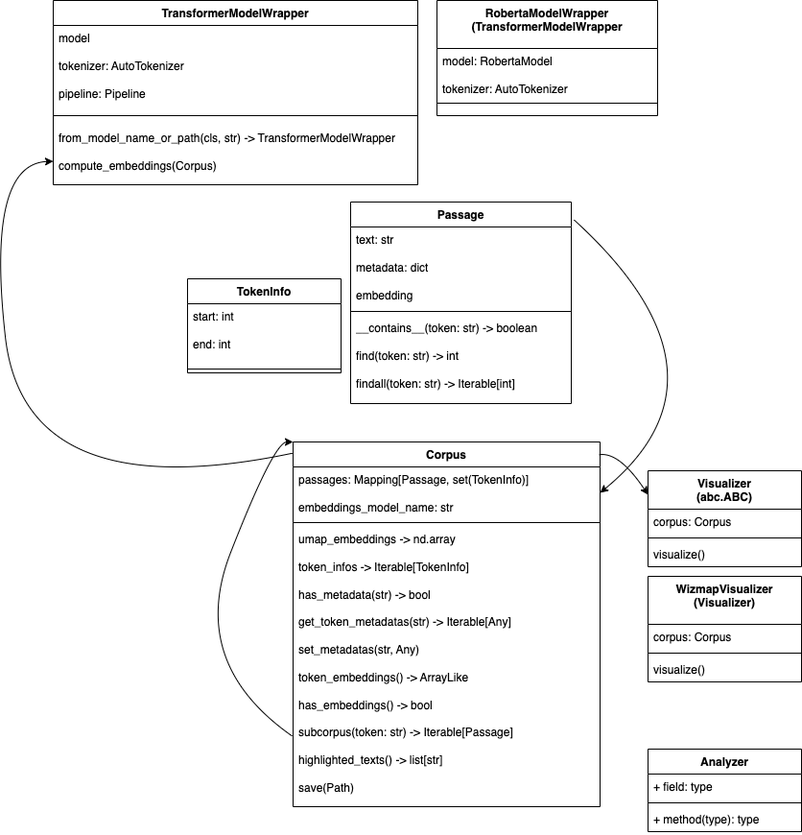
Earlier version of the draw.io export docs/Architecture.png (Semantics-of-Sustainability/tempo-embeddings). Source tidied: cells renumbered, new cells last; positions are measured from the earlier drawing's top-left corner, leaving out a move shared by most shapes.
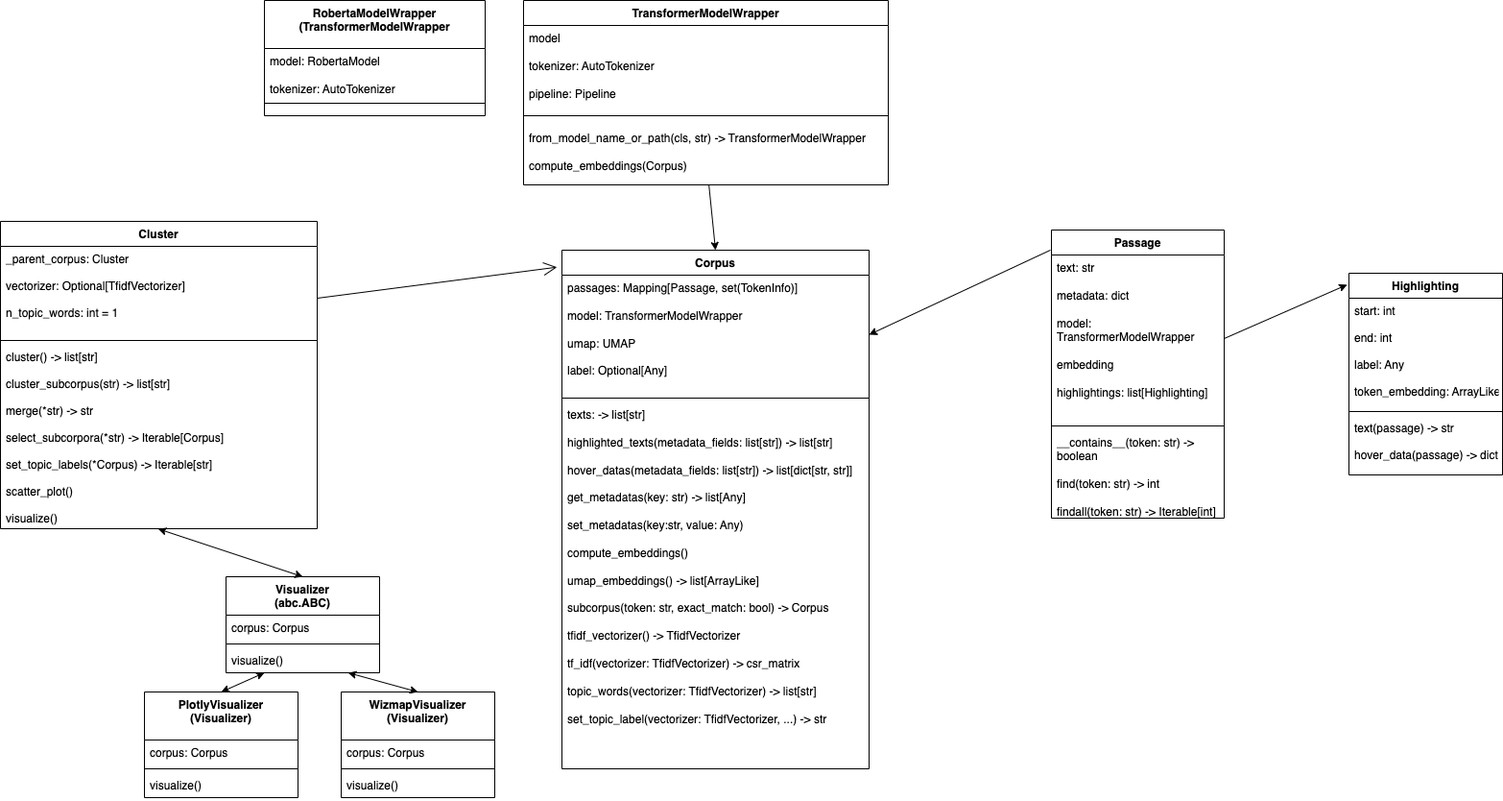
Above is the later version.

Commit message:
Update architecture diagram.

The edit, as a diff of the source:
```diff
@@ -3,39 +3,31 @@
     <mxCell id="0" />
     <mxCell id="1" parent="0" />
     <mxCell id="2" value="Corpus" style="swimlane;fontStyle=1;align=center;verticalAlign=top;horizontal=1;startSize=26;whiteSpace=wrap;html=1;" parent="1" vertex="1">
-      <mxGeometry x="320" y="460" width="320" height="380" as="geometry" />
+      <mxGeometry x="520" y="200" width="320" height="540" as="geometry" />
     </mxCell>
-    <mxCell id="3" value="passages: Mapping[Passage, set(TokenInfo)]&lt;br&gt;&lt;br&gt;embeddings_model_name: str" style="text;strokeColor=none;fillColor=none;align=left;verticalAlign=top;spacingLeft=4;spacingRight=4;overflow=hidden;points=[[0,0.5],[1,0.5]];portConstraint=eastwest;whiteSpace=wrap;html=1;" parent="2" vertex="1">
-      <mxGeometry y="26" width="320" height="54" as="geometry" />
+    <mxCell id="3" value="passages: Mapping[Passage, set(TokenInfo)]&lt;br&gt;&lt;br&gt;model: TransformerModelWrapper&lt;br&gt;&lt;br&gt;umap: UMAP&lt;br&gt;&lt;br&gt;label: Optional[Any]" style="text;strokeColor=none;fillColor=none;align=left;verticalAlign=top;spacingLeft=4;spacingRight=4;overflow=hidden;points=[[0,0.5],[1,0.5]];portConstraint=eastwest;whiteSpace=wrap;html=1;" parent="2" vertex="1">
+      <mxGeometry y="26" width="320" height="124" as="geometry" />
     </mxCell>
     <mxCell id="4" style="line;strokeWidth=1;fillColor=none;align=left;verticalAlign=middle;spacingTop=-1;spacingLeft=3;spacingRight=3;labelPosition=right;strokeColor=inherit;" parent="2" vertex="1">
-      <mxGeometry y="80" width="320" height="8" as="geometry" />
+      <mxGeometry y="150" width="320" height="8" as="geometry" />
     </mxCell>
-    <mxCell id="5" value="&lt;div&gt;umap_embeddings -&amp;gt; nd.array&lt;/div&gt;&lt;div&gt;&lt;br&gt;&lt;/div&gt;&lt;div&gt;token_infos -&amp;gt; Iterable[TokenInfo]&lt;/div&gt;&lt;div&gt;&lt;br&gt;&lt;/div&gt;&lt;div&gt;&lt;span style=&quot;background-color: initial;&quot;&gt;has_metadata(str) -&amp;gt; bool&lt;/span&gt;&lt;br&gt;&lt;/div&gt;&lt;div&gt;&lt;br&gt;&lt;/div&gt;&lt;div&gt;get_token_metadatas(str) -&amp;gt; Iterable[Any]&lt;/div&gt;&lt;div&gt;&lt;br&gt;&lt;/div&gt;&lt;div&gt;set_metadatas(str, Any)&lt;/div&gt;&lt;div&gt;&lt;br&gt;&lt;/div&gt;&lt;div&gt;token_embeddings() -&amp;gt; ArrayLike&lt;/div&gt;&lt;div&gt;&lt;br&gt;&lt;/div&gt;&lt;div&gt;has_embeddings() -&amp;gt; bool&lt;/div&gt;&lt;div&gt;&lt;br&gt;&lt;/div&gt;&lt;div&gt;subcorpus(token: str) -&amp;gt; Iterable[Passage]&lt;/div&gt;&lt;div&gt;&lt;br&gt;&lt;/div&gt;&lt;div&gt;highlighted_texts() -&amp;gt; list[str]&lt;/div&gt;&lt;div&gt;&lt;br&gt;&lt;/div&gt;&lt;div&gt;save(Path)&lt;/div&gt;&lt;div&gt;&lt;br&gt;&lt;/div&gt;&lt;div&gt;&lt;br&gt;&lt;/div&gt;" style="text;strokeColor=none;fillColor=none;align=left;verticalAlign=top;spacingLeft=4;spacingRight=4;overflow=hidden;points=[[0,0.5],[1,0.5]];portConstraint=eastwest;whiteSpace=wrap;html=1;" parent="2" vertex="1">
-      <mxGeometry y="88" width="320" height="292" as="geometry" />
+    <mxCell id="5" value="&lt;div&gt;texts: -&amp;gt; list[str]&lt;/div&gt;&lt;div&gt;&lt;br&gt;&lt;/div&gt;&lt;div&gt;highlighted_texts(metadata_fields: list[str]) -&amp;gt; list[str]&lt;/div&gt;&lt;div&gt;&lt;br&gt;&lt;/div&gt;&lt;div&gt;hover_datas(metadata_fields: list[str]) -&amp;gt; list[dict[str, str]]&lt;/div&gt;&lt;div&gt;&lt;br&gt;&lt;/div&gt;&lt;div&gt;get_metadatas(key: str) -&amp;gt; list[Any]&lt;/div&gt;&lt;div&gt;&lt;br&gt;&lt;/div&gt;&lt;div&gt;set_metadatas(key:str, value: Any)&lt;/div&gt;&lt;div&gt;&lt;br&gt;&lt;/div&gt;&lt;div&gt;compute_embeddings()&lt;/div&gt;&lt;div&gt;&lt;br&gt;&lt;/div&gt;&lt;div&gt;umap_embeddings() -&amp;gt; list[ArrayLike]&lt;/div&gt;&lt;div&gt;&lt;br&gt;&lt;/div&gt;&lt;div&gt;subcorpus(token: str, exact_match: bool) -&amp;gt; Corpus&lt;/div&gt;&lt;div&gt;&lt;br&gt;&lt;/div&gt;&lt;div&gt;tfidf_vectorizer() -&amp;gt; TfidfVectorizer&lt;/div&gt;&lt;div&gt;&lt;br&gt;&lt;/div&gt;&lt;div&gt;tf_idf(vectorizer: TfidfVectorizer&lt;span style=&quot;background-color: initial;&quot;&gt;) -&amp;gt; csr_matrix&lt;/span&gt;&lt;/div&gt;&lt;div&gt;&lt;br&gt;&lt;/div&gt;&lt;div&gt;topic_words(vectorizer: TfidfVectorizer) -&amp;gt; list[str]&lt;/div&gt;&lt;div&gt;&lt;br&gt;&lt;/div&gt;&lt;div&gt;set_topic_label(vectorizer: TfidfVectorizer, ...) -&amp;gt; str&lt;/div&gt;&lt;div&gt;&lt;br&gt;&lt;/div&gt;" style="text;strokeColor=none;fillColor=none;align=left;verticalAlign=top;spacingLeft=4;spacingRight=4;overflow=hidden;points=[[0,0.5],[1,0.5]];portConstraint=eastwest;whiteSpace=wrap;html=1;" parent="2" vertex="1">
+      <mxGeometry y="158" width="320" height="382" as="geometry" />
     </mxCell>
-    <mxCell id="6" style="curved=1;endArrow=classic;html=1;entryX=0;entryY=0;entryDx=0;entryDy=0;exitX=-0.003;exitY=0.748;exitDx=0;exitDy=0;exitPerimeter=0;" parent="2" edge="1" source="5" target="2">
-      <mxGeometry relative="1" as="geometry">
-        <Array as="points">
-          <mxPoint x="-110" y="230" />
-          <mxPoint x="-20" />
-        </Array>
-      </mxGeometry>
-    </mxCell>
     <mxCell id="7" value="Passage" style="swimlane;fontStyle=1;align=center;verticalAlign=top;horizontal=1;startSize=26;whiteSpace=wrap;html=1;" parent="1" vertex="1">
-      <mxGeometry x="380" y="210" width="230" height="210" as="geometry" />
+      <mxGeometry x="1030" y="179" width="180" height="300" as="geometry" />
     </mxCell>
-    <mxCell id="8" value="&lt;div&gt;text: str&lt;/div&gt;&lt;div&gt;&lt;br&gt;&lt;/div&gt;&lt;div&gt;metadata: dict&lt;/div&gt;&lt;div&gt;&lt;br&gt;&lt;/div&gt;&lt;div&gt;embedding&lt;br&gt;&lt;/div&gt;" style="text;strokeColor=none;fillColor=none;align=left;verticalAlign=top;spacingLeft=4;spacingRight=4;overflow=hidden;points=[[0,0.5],[1,0.5]];portConstraint=eastwest;whiteSpace=wrap;html=1;" parent="7" vertex="1">
-      <mxGeometry y="26" width="230" height="84" as="geometry" />
+    <mxCell id="8" value="&lt;div&gt;text: str&lt;/div&gt;&lt;div&gt;&lt;br&gt;&lt;/div&gt;&lt;div&gt;metadata: dict&lt;/div&gt;&lt;div&gt;&lt;br&gt;&lt;/div&gt;&lt;div&gt;model:&amp;nbsp;&lt;/div&gt;&lt;span style=&quot;border-color: var(--border-color); text-align: center;&quot;&gt;TransformerModelWrapper&lt;/span&gt;&lt;div style=&quot;border-color: var(--border-color);&quot;&gt;&lt;br&gt;&lt;/div&gt;&lt;div&gt;embedding&lt;br&gt;&lt;/div&gt;&lt;div&gt;&lt;br&gt;&lt;/div&gt;&lt;div&gt;highlightings: list[Highlighting]&lt;/div&gt;" style="text;strokeColor=none;fillColor=none;align=left;verticalAlign=top;spacingLeft=4;spacingRight=4;overflow=hidden;points=[[0,0.5],[1,0.5]];portConstraint=eastwest;whiteSpace=wrap;html=1;" parent="7" vertex="1">
+      <mxGeometry y="26" width="180" height="174" as="geometry" />
     </mxCell>
     <mxCell id="9" style="line;strokeWidth=1;fillColor=none;align=left;verticalAlign=middle;spacingTop=-1;spacingLeft=3;spacingRight=3;labelPosition=right;strokeColor=inherit;" parent="7" vertex="1">
-      <mxGeometry y="110" width="230" height="8" as="geometry" />
+      <mxGeometry y="200" width="180" height="8" as="geometry" />
     </mxCell>
     <mxCell id="10" value="&lt;div&gt;__contains__(token: str) -&amp;gt; boolean&lt;/div&gt;&lt;div&gt;&lt;br&gt;&lt;/div&gt;&lt;div&gt;find(token: str) -&amp;gt; int&lt;/div&gt;&lt;div&gt;&lt;br&gt;&lt;/div&gt;&lt;div&gt;findall(token: str) -&amp;gt; Iterable[int]&lt;/div&gt;&lt;div&gt;&lt;br&gt;&lt;/div&gt;" style="text;strokeColor=none;fillColor=none;align=left;verticalAlign=top;spacingLeft=4;spacingRight=4;overflow=hidden;whiteSpace=wrap;html=1;" parent="7" vertex="1">
-      <mxGeometry y="118" width="230" height="92" as="geometry" />
+      <mxGeometry y="208" width="180" height="92" as="geometry" />
     </mxCell>
     <mxCell id="11" value="TransformerModelWrapper" style="swimlane;fontStyle=1;align=center;verticalAlign=top;horizontal=1;startSize=26;whiteSpace=wrap;html=1;" parent="1" vertex="1">
-      <mxGeometry x="70" width="380" height="192" as="geometry" />
+      <mxGeometry x="480" y="-60" width="380" height="192" as="geometry" />
     </mxCell>
     <mxCell id="12" value="&lt;div&gt;model&lt;br&gt;&lt;br&gt;&lt;/div&gt;&lt;div&gt;tokenizer: AutoTokenizer&lt;/div&gt;&lt;div&gt;&lt;br&gt;&lt;/div&gt;&lt;div&gt;pipeline: Pipeline&lt;/div&gt;" style="text;strokeColor=none;fillColor=none;align=left;verticalAlign=top;spacingLeft=4;spacingRight=4;overflow=hidden;whiteSpace=wrap;html=1;" parent="11" vertex="1">
       <mxGeometry y="26" width="380" height="84" as="geometry" />
@@ -47,7 +39,7 @@
       <mxGeometry y="130" width="380" height="62" as="geometry" />
     </mxCell>
     <mxCell id="15" value="RobertaModelWrapper&lt;br&gt;(TransformerModelWrapper" style="swimlane;fontStyle=1;align=center;verticalAlign=top;horizontal=1;startSize=50;whiteSpace=wrap;html=1;" parent="1" vertex="1">
-      <mxGeometry x="470" width="230" height="120" as="geometry" />
+      <mxGeometry x="210" y="-60" width="230" height="120" as="geometry" />
     </mxCell>
     <mxCell id="16" value="&lt;div&gt;model: RobertaModel&lt;/div&gt;&lt;div&gt;&lt;br&gt;&lt;/div&gt;&lt;div&gt;tokenizer: AutoTokenizer&lt;br&gt;&lt;/div&gt;" style="text;strokeColor=none;fillColor=none;align=left;verticalAlign=top;spacingLeft=4;spacingRight=4;overflow=hidden;whiteSpace=wrap;html=1;" parent="15" vertex="1">
       <mxGeometry y="50" width="230" height="44" as="geometry" />
@@ -55,44 +47,14 @@
     <mxCell id="17" style="line;strokeWidth=1;fillColor=none;align=left;verticalAlign=middle;spacingTop=-1;spacingLeft=3;spacingRight=3;labelPosition=right;strokeColor=inherit;" parent="15" vertex="1">
       <mxGeometry y="94" width="230" height="26" as="geometry" />
     </mxCell>
-    <mxCell id="18" style="curved=1;endArrow=classic;html=1;rounded=0;entryX=1;entryY=0.5;entryDx=0;entryDy=0;exitX=1.013;exitY=0.089;exitDx=0;exitDy=0;exitPerimeter=0;" parent="1" edge="1" source="7" target="3">
-      <mxGeometry relative="1" as="geometry">
-        <Array as="points">
-          <mxPoint x="790" y="390" />
-        </Array>
-      </mxGeometry>
+    <mxCell id="18" style="curved=1;endArrow=classic;html=1;rounded=0;entryX=1;entryY=0.5;entryDx=0;entryDy=0;exitX=-0.006;exitY=-0.029;exitDx=0;exitDy=0;exitPerimeter=0;" parent="1" edge="1" source="8" target="3">
+      <mxGeometry relative="1" as="geometry" />
     </mxCell>
-    <mxCell id="19" value="Analyzer" style="swimlane;fontStyle=1;align=center;verticalAlign=top;horizontal=1;startSize=26;whiteSpace=wrap;html=1;" parent="1" vertex="1">
-      <mxGeometry x="690" y="780" width="160" height="86" as="geometry" />
-    </mxCell>
-    <mxCell id="20" value="+ field: type" style="text;strokeColor=none;fillColor=none;align=left;verticalAlign=top;spacingLeft=4;spacingRight=4;overflow=hidden;whiteSpace=wrap;html=1;" parent="19" vertex="1">
-      <mxGeometry y="26" width="160" height="26" as="geometry" />
-    </mxCell>
-    <mxCell id="21" style="line;strokeWidth=1;fillColor=none;align=left;verticalAlign=middle;spacingTop=-1;spacingLeft=3;spacingRight=3;labelPosition=right;strokeColor=inherit;" parent="19" vertex="1">
-      <mxGeometry y="52" width="160" height="8" as="geometry" />
-    </mxCell>
-    <mxCell id="22" value="+ method(type): type" style="text;strokeColor=none;fillColor=none;align=left;verticalAlign=top;spacingLeft=4;spacingRight=4;overflow=hidden;whiteSpace=wrap;html=1;" parent="19" vertex="1">
-      <mxGeometry y="60" width="160" height="26" as="geometry" />
-    </mxCell>
-    <mxCell id="23" value="TokenInfo" style="swimlane;fontStyle=1;align=center;verticalAlign=top;horizontal=1;startSize=26;whiteSpace=wrap;html=1;" parent="1" vertex="1">
-      <mxGeometry x="210" y="290" width="160" height="98" as="geometry" />
-    </mxCell>
-    <mxCell id="24" value="&lt;div&gt;start: int&lt;/div&gt;&lt;div&gt;&lt;br&gt;&lt;/div&gt;&lt;div&gt;end: int&lt;br&gt;&lt;/div&gt;" style="text;strokeColor=none;fillColor=none;align=left;verticalAlign=top;spacingLeft=4;spacingRight=4;overflow=hidden;whiteSpace=wrap;html=1;" parent="23" vertex="1">
-      <mxGeometry y="26" width="160" height="64" as="geometry" />
-    </mxCell>
-    <mxCell id="25" style="line;strokeWidth=1;fillColor=none;align=left;verticalAlign=middle;spacingTop=-1;spacingLeft=3;spacingRight=3;labelPosition=right;strokeColor=inherit;" parent="23" vertex="1">
-      <mxGeometry y="90" width="160" height="8" as="geometry" />
-    </mxCell>
-    <mxCell id="26" style="curved=1;endArrow=classic;html=1;exitX=-0.003;exitY=0.031;exitDx=0;exitDy=0;exitPerimeter=0;" parent="1" edge="1" source="2" target="14">
-      <mxGeometry relative="1" as="geometry">
-        <Array as="points">
-          <mxPoint x="40" y="530" />
-          <mxPoint y="170" />
-        </Array>
-      </mxGeometry>
+    <mxCell id="26" style="curved=1;endArrow=classic;html=1;entryX=0.5;entryY=0;entryDx=0;entryDy=0;" parent="1" edge="1" source="14" target="2">
+      <mxGeometry relative="1" as="geometry" />
     </mxCell>
     <mxCell id="27" value="Visualizer&#10;(abc.ABC)" style="swimlane;fontStyle=1;align=center;verticalAlign=top;horizontal=1;startSize=40;" parent="1" vertex="1">
-      <mxGeometry x="690" y="490" width="160" height="100" as="geometry" />
+      <mxGeometry x="170" y="540" width="160" height="100" as="geometry" />
     </mxCell>
     <mxCell id="28" value="corpus: Corpus" style="text;strokeColor=none;fillColor=none;align=left;verticalAlign=top;spacingLeft=4;spacingRight=4;overflow=hidden;" parent="27" vertex="1">
       <mxGeometry y="40" width="160" height="26" as="geometry" />
@@ -104,7 +66,7 @@
       <mxGeometry y="74" width="160" height="26" as="geometry" />
     </mxCell>
     <mxCell id="31" value="WizmapVisualizer&#10;(Visualizer)" style="swimlane;fontStyle=1;align=center;verticalAlign=top;horizontal=1;startSize=50;" parent="1" vertex="1">
-      <mxGeometry x="690" y="600" width="160" height="110" as="geometry" />
+      <mxGeometry x="290" y="660" width="160" height="110" as="geometry" />
     </mxCell>
     <mxCell id="32" value="corpus: Corpus" style="text;strokeColor=none;fillColor=none;align=left;verticalAlign=top;spacingLeft=4;spacingRight=4;overflow=hidden;" parent="31" vertex="1">
       <mxGeometry y="50" width="160" height="26" as="geometry" />
@@ -115,12 +77,58 @@
     <mxCell id="34" value="visualize()" style="text;strokeColor=none;fillColor=none;align=left;verticalAlign=top;spacingLeft=4;spacingRight=4;overflow=hidden;" parent="31" vertex="1">
       <mxGeometry y="84" width="160" height="26" as="geometry" />
     </mxCell>
-    <mxCell id="35" style="curved=1;endArrow=classic;html=1;entryX=0;entryY=0.25;entryDx=0;entryDy=0;exitX=0.997;exitY=0.035;exitDx=0;exitDy=0;exitPerimeter=0;" parent="1" edge="1" source="2" target="27">
-      <mxGeometry relative="1" as="geometry">
-        <Array as="points">
-          <mxPoint x="660" y="470" />
-        </Array>
-      </mxGeometry>
-    </mxCell>
+    <mxCell id="36" value="Highlighting" style="swimlane;fontStyle=1;align=center;verticalAlign=top;horizontal=1;startSize=26;" parent="1" vertex="1">
+      <mxGeometry x="1340" y="224" width="160" height="210" as="geometry" />
+    </mxCell>
+    <mxCell id="37" value="start: int&#10;&#10;end: int&#10;&#10;label: Any&#10;&#10;token_embedding: ArrayLike" style="text;strokeColor=none;fillColor=none;align=left;verticalAlign=top;spacingLeft=4;spacingRight=4;overflow=hidden;" parent="36" vertex="1">
+      <mxGeometry y="26" width="160" height="114" as="geometry" />
+    </mxCell>
+    <mxCell id="38" style="line;strokeWidth=1;fillColor=none;align=left;verticalAlign=middle;spacingTop=-1;spacingLeft=3;spacingRight=3;labelPosition=right;strokeColor=inherit;" parent="36" vertex="1">
+      <mxGeometry y="140" width="160" height="8" as="geometry" />
+    </mxCell>
+    <mxCell id="39" value="text(passage) -&gt; str&#10;&#10;hover_data(passage) -&gt; dict" style="text;strokeColor=none;fillColor=none;align=left;verticalAlign=top;spacingLeft=4;spacingRight=4;overflow=hidden;" parent="36" vertex="1">
+      <mxGeometry y="148" width="160" height="62" as="geometry" />
+    </mxCell>
+    <mxCell id="40" style="curved=1;endArrow=classic;html=1;entryX=-0.012;entryY=0.057;entryDx=0;entryDy=0;entryPerimeter=0;exitX=1;exitY=0.5;exitDx=0;exitDy=0;" parent="1" edge="1" source="8" target="36">
+      <mxGeometry relative="1" as="geometry" />
+    </mxCell>
+    <mxCell id="41" value="Cluster" style="swimlane;fontStyle=1;align=center;verticalAlign=top;horizontal=1;startSize=26;" parent="1" vertex="1">
+      <mxGeometry x="-65" y="170" width="330" height="320" as="geometry" />
+    </mxCell>
+    <mxCell id="42" value="_parent_corpus: Cluster&#10;&#10;vectorizer: Optional[TfidfVectorizer]&#10;&#10;n_topic_words: int = 1" style="text;strokeColor=none;fillColor=none;align=left;verticalAlign=top;spacingLeft=4;spacingRight=4;overflow=hidden;" parent="41" vertex="1">
+      <mxGeometry y="26" width="330" height="94" as="geometry" />
+    </mxCell>
+    <mxCell id="43" style="line;strokeWidth=1;fillColor=none;align=left;verticalAlign=middle;spacingTop=-1;spacingLeft=3;spacingRight=3;labelPosition=right;strokeColor=inherit;" parent="41" vertex="1">
+      <mxGeometry y="120" width="330" height="8" as="geometry" />
+    </mxCell>
+    <mxCell id="44" value="cluster() -&gt; list[str]&#10;&#10;cluster_subcorpus(str) -&gt; list[str]&#10;&#10;merge(*str) -&gt; str&#10;&#10;select_subcorpora(*str) -&gt; Iterable[Corpus]&#10;&#10;set_topic_labels(*Corpus) -&gt; Iterable[str]&#10;&#10;scatter_plot()&#10;&#10;visualize()" style="text;strokeColor=none;fillColor=none;align=left;verticalAlign=top;spacingLeft=4;spacingRight=4;overflow=hidden;points=[[0,0.5],[1,0.5]];portConstraint=eastwest;" parent="41" vertex="1">
+      <mxGeometry y="128" width="330" height="192" as="geometry" />
+    </mxCell>
+    <mxCell id="45" style="endArrow=open;endFill=1;endSize=12;html=1;exitX=1;exitY=0.25;exitDx=0;exitDy=0;entryX=-0.016;entryY=-0.067;entryDx=0;entryDy=0;entryPerimeter=0;" parent="1" edge="1" source="41" target="3">
+      <mxGeometry relative="1" as="geometry" />
+    </mxCell>
+    <mxCell id="46" value="PlotlyVisualizer&#10;(Visualizer)" style="swimlane;fontStyle=1;align=center;verticalAlign=top;horizontal=1;startSize=50;" parent="1" vertex="1">
+      <mxGeometry x="85" y="660" width="160" height="110" as="geometry" />
+    </mxCell>
+    <mxCell id="47" value="corpus: Corpus" style="text;strokeColor=none;fillColor=none;align=left;verticalAlign=top;spacingLeft=4;spacingRight=4;overflow=hidden;" parent="46" vertex="1">
+      <mxGeometry y="50" width="160" height="26" as="geometry" />
+    </mxCell>
+    <mxCell id="48" style="line;strokeWidth=1;fillColor=none;align=left;verticalAlign=middle;spacingTop=-1;spacingLeft=3;spacingRight=3;labelPosition=right;strokeColor=inherit;" parent="46" vertex="1">
+      <mxGeometry y="76" width="160" height="8" as="geometry" />
+    </mxCell>
+    <mxCell id="49" value="visualize()" style="text;strokeColor=none;fillColor=none;align=left;verticalAlign=top;spacingLeft=4;spacingRight=4;overflow=hidden;" parent="46" vertex="1">
+      <mxGeometry y="84" width="160" height="26" as="geometry" />
+    </mxCell>
+    <mxCell id="50" style="endArrow=classic;startArrow=classic;html=1;exitX=0.5;exitY=0;exitDx=0;exitDy=0;entryX=0.498;entryY=1.001;entryDx=0;entryDy=0;entryPerimeter=0;" parent="1" edge="1" source="27" target="44">
+      <mxGeometry relative="1" as="geometry" />
+    </mxCell>
+    <mxCell id="51" style="endArrow=classic;startArrow=classic;html=1;exitX=0.5;exitY=0;exitDx=0;exitDy=0;" parent="1" edge="1" source="46">
+      <mxGeometry relative="1" as="geometry">
+        <mxPoint x="210" y="640" as="targetPoint" />
+      </mxGeometry>
+    </mxCell>
+    <mxCell id="52" style="endArrow=classic;startArrow=classic;html=1;exitX=0.5;exitY=0;exitDx=0;exitDy=0;" parent="1" edge="1" source="31" target="30">
+      <mxGeometry relative="1" as="geometry" />
+    </mxCell>
   </root>
 </mxGraphModel>
```
